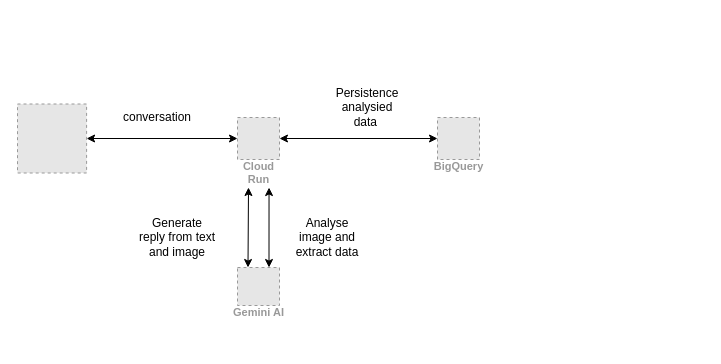
Before: docs/infra-architecture.drawio in kyong0612/fitness-supporter, a draw.io diagram. Source tidied: cells renumbered, new cells numbered last; positions are measured from the earlier drawing's top-left corner, leaving out a move shared by most shapes. Both pictures are drawn from the tidied source at 100%, with x=0, y=0 at pixel (17, 87). Pictures stored in the file or linked from it are replaced by grey dashed boxes.
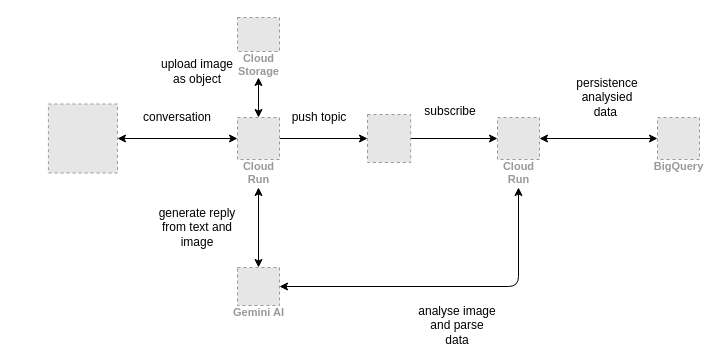
Above is the later version.

Commit message:
feat: update infra architecture

Unchanged cells that the change refers to:
```xml
<mxCell id="3" value="Cloud&#10;Run" style="fillColor=#E6E6E6;strokeColor=#999999;dashed=1;html=1;verticalAlign=top;labelPosition=center;verticalLabelPosition=bottom;align=center;spacingTop=-6;fontSize=11;fontStyle=1;fontColor=#999999;" parent="1" vertex="1">
  <mxGeometry x="220" y="30" width="42" height="42" as="geometry" />
</mxCell>
<mxCell id="9" value="Gemini AI" style="fillColor=#E6E6E6;strokeColor=#999999;dashed=1;html=1;verticalAlign=top;labelPosition=center;verticalLabelPosition=bottom;align=center;spacingTop=-6;fontSize=11;fontStyle=1;fontColor=#999999;" parent="1" vertex="1">
  <mxGeometry x="220" y="180" width="42" height="38" as="geometry" />
</mxCell>
```

Diff of the diagram source:
```diff
@@
-    <mxCell id="2" style="edgeStyle=none;html=1;entryX=0;entryY=0.5;entryDx=0;entryDy=0;startArrow=classic;startFill=1;" parent="1" edge="1" source="3" target="6">
-      <mxGeometry relative="1" as="geometry" />
-    </mxCell>
+    <mxCell id="14" style="edgeStyle=none;html=1;startArrow=classic;startFill=1;" parent="1" edge="1" source="3">
+      <mxGeometry relative="1" as="geometry">
+        <mxPoint x="241" y="-10" as="targetPoint" />
+      </mxGeometry>
+    </mxCell>
+    <mxCell id="15" style="edgeStyle=none;html=1;startArrow=none;startFill=0;" parent="1" edge="1" source="3" target="24">
+      <mxGeometry relative="1" as="geometry" />
+    </mxCell>
@@
     <mxCell id="5" style="fillColor=#E6E6E6;strokeColor=#999999;dashed=1;verticalLabelPosition=bottom;labelBackgroundColor=default;verticalAlign=top;" parent="1" vertex="1">
-      <mxGeometry y="16.5" width="69.1" height="69" as="geometry" />
+      <mxGeometry x="30.9" y="16.5" width="69.1" height="69" as="geometry" />
     </mxCell>
     <mxCell id="6" value="BigQuery" style="fillColor=#E6E6E6;strokeColor=#999999;dashed=1;html=1;verticalAlign=top;labelPosition=center;verticalLabelPosition=bottom;align=center;spacingTop=-6;fontSize=11;fontStyle=1;fontColor=#999999;" parent="1" vertex="1">
-      <mxGeometry x="420" y="30" width="42" height="42" as="geometry" />
+      <mxGeometry x="640" y="30" width="42" height="42" as="geometry" />
     </mxCell>
-    <mxCell id="7" style="edgeStyle=none;html=1;exitX=0.25;exitY=0;exitDx=0;exitDy=0;startArrow=classic;startFill=1;" parent="1" edge="1" source="9">
+    <mxCell id="7" style="edgeStyle=none;html=1;exitX=0.5;exitY=0;exitDx=0;exitDy=0;startArrow=classic;startFill=1;" parent="1" edge="1" source="9">
       <mxGeometry relative="1" as="geometry">
-        <mxPoint x="231" y="100" as="targetPoint" />
+        <mxPoint x="241" y="100" as="targetPoint" />
       </mxGeometry>
     </mxCell>
-    <mxCell id="8" style="edgeStyle=none;html=1;exitX=0.75;exitY=0;exitDx=0;exitDy=0;entryX=0.751;entryY=1.667;entryDx=0;entryDy=0;entryPerimeter=0;startArrow=classic;startFill=1;" parent="1" edge="1" source="9" target="3">
-      <mxGeometry relative="1" as="geometry" />
-    </mxCell>
@@
-    <mxCell id="10" value="Generate reply from text and image" style="text;html=1;strokeColor=none;fillColor=none;align=center;verticalAlign=middle;whiteSpace=wrap;rounded=0;" parent="1" vertex="1">
-      <mxGeometry x="120" y="130" width="80" height="40" as="geometry" />
+    <mxCell id="10" value="generate reply from text and image" style="text;html=1;strokeColor=none;fillColor=none;align=center;verticalAlign=middle;whiteSpace=wrap;rounded=0;" parent="1" vertex="1">
+      <mxGeometry x="140" y="120" width="80" height="40" as="geometry" />
     </mxCell>
-    <mxCell id="11" value="Analyse image and extract data" style="text;html=1;strokeColor=none;fillColor=none;align=center;verticalAlign=middle;whiteSpace=wrap;rounded=0;" parent="1" vertex="1">
-      <mxGeometry x="270" y="130" width="80" height="40" as="geometry" />
-    </mxCell>
-    <mxCell id="12" value="Persistence analysied data&amp;nbsp;" style="text;html=1;strokeColor=none;fillColor=none;align=center;verticalAlign=middle;whiteSpace=wrap;rounded=0;" parent="1" vertex="1">
-      <mxGeometry x="310" width="80" height="40" as="geometry" />
+    <mxCell id="12" value="persistence analysied data&amp;nbsp;" style="text;html=1;strokeColor=none;fillColor=none;align=center;verticalAlign=middle;whiteSpace=wrap;rounded=0;" parent="1" vertex="1">
+      <mxGeometry x="550" y="-10" width="80" height="40" as="geometry" />
     </mxCell>
     <mxCell id="13" value="conversation" style="text;html=1;strokeColor=none;fillColor=none;align=center;verticalAlign=middle;whiteSpace=wrap;rounded=0;" parent="1" vertex="1">
-      <mxGeometry x="100" y="10" width="80" height="40" as="geometry" />
+      <mxGeometry x="120" y="10" width="80" height="40" as="geometry" />
     </mxCell>
+    <mxCell id="16" value="Cloud&#10;Storage" style="fillColor=#E6E6E6;strokeColor=#999999;dashed=1;html=1;verticalAlign=top;labelPosition=center;verticalLabelPosition=bottom;align=center;spacingTop=-6;fontSize=11;fontStyle=1;fontColor=#999999;" parent="1" vertex="1">
+      <mxGeometry x="220" y="-70" width="42" height="34" as="geometry" />
+    </mxCell>
+    <mxCell id="17" value="upload image as object" style="text;html=1;strokeColor=none;fillColor=none;align=center;verticalAlign=middle;whiteSpace=wrap;rounded=0;" parent="1" vertex="1">
+      <mxGeometry x="140" y="-36" width="80" height="40" as="geometry" />
+    </mxCell>
+    <mxCell id="18" style="edgeStyle=none;html=1;entryX=1;entryY=0.5;entryDx=0;entryDy=0;startArrow=classic;startFill=1;" parent="1" edge="1" target="9">
+      <mxGeometry relative="1" as="geometry">
+        <mxPoint x="501" y="100" as="sourcePoint" />
+        <Array as="points">
+          <mxPoint x="501" y="199" />
+        </Array>
+      </mxGeometry>
+    </mxCell>
+    <mxCell id="19" style="edgeStyle=none;html=1;entryX=0;entryY=0.5;entryDx=0;entryDy=0;startArrow=classic;startFill=1;" parent="1" edge="1" source="20" target="6">
+      <mxGeometry relative="1" as="geometry" />
+    </mxCell>
+    <mxCell id="20" value="Cloud&#10;Run" style="fillColor=#E6E6E6;strokeColor=#999999;dashed=1;html=1;verticalAlign=top;labelPosition=center;verticalLabelPosition=bottom;align=center;spacingTop=-6;fontSize=11;fontStyle=1;fontColor=#999999;" parent="1" vertex="1">
+      <mxGeometry x="480" y="30" width="42" height="42" as="geometry" />
+    </mxCell>
+    <mxCell id="21" value="subscribe" style="text;html=1;strokeColor=none;fillColor=none;align=center;verticalAlign=middle;whiteSpace=wrap;rounded=0;" parent="1" vertex="1">
+      <mxGeometry x="393.2" y="4" width="80" height="40" as="geometry" />
+    </mxCell>
+    <mxCell id="22" value="analyse image and parse data" style="text;html=1;strokeColor=none;fillColor=none;align=center;verticalAlign=middle;whiteSpace=wrap;rounded=0;" parent="1" vertex="1">
+      <mxGeometry x="400" y="218" width="80" height="40" as="geometry" />
+    </mxCell>
+    <mxCell id="23" style="edgeStyle=none;html=1;entryX=0;entryY=0.5;entryDx=0;entryDy=0;startArrow=none;startFill=0;" parent="1" edge="1" source="24" target="20">
+      <mxGeometry relative="1" as="geometry" />
+    </mxCell>
+    <mxCell id="24" style="fillColor=#E6E6E6;strokeColor=#999999;dashed=1;verticalLabelPosition=bottom;labelBackgroundColor=#ffffff;verticalAlign=top;" parent="1" vertex="1">
+      <mxGeometry x="350" y="27" width="43.2" height="48" as="geometry" />
+    </mxCell>
+    <mxCell id="25" value="push topic" style="text;html=1;strokeColor=none;fillColor=none;align=center;verticalAlign=middle;whiteSpace=wrap;rounded=0;" parent="1" vertex="1">
+      <mxGeometry x="262" y="10" width="80" height="40" as="geometry" />
+    </mxCell>
```
